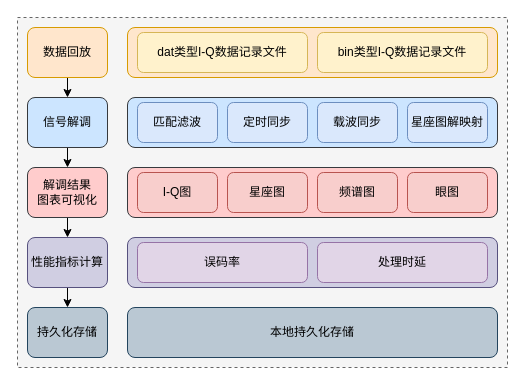
Before: img/未命名绘图.drawio in Thesis7/satellite-burst-signal-demodulation-system-lab, a draw.io diagram. Source tidied: cells renumbered, new cells numbered last; positions are measured from the earlier drawing's top-left corner, leaving out a move shared by most shapes. Both pictures are drawn from the tidied source at 100%, with x=0, y=0 at pixel (17, 17).
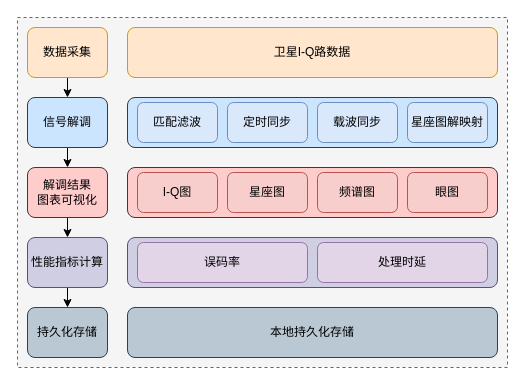
The same page after the edit.

Commit message:
更新未命名绘图.drawio

Diff of the diagram source:
```diff
@@
-    <mxCell id="6" style="rounded=1;whiteSpace=wrap;html=1;fillColor=#ffe6cc;strokeColor=#d79b00;" parent="1" vertex="1">
+    <mxCell id="6" value="卫星I-Q路数据" style="rounded=1;whiteSpace=wrap;html=1;fillColor=#ffe6cc;strokeColor=#d79b00;" parent="1" vertex="1">
       <mxGeometry x="110" y="10" width="370" height="50" as="geometry" />
     </mxCell>
@@
-    <mxCell id="11" value="dat类型I-Q数据记录文件" style="rounded=1;whiteSpace=wrap;html=1;fillColor=#fff2cc;strokeColor=#d6b656;" parent="1" vertex="1">
-      <mxGeometry x="120" y="15" width="170" height="40" as="geometry" />
-    </mxCell>
@@
-    <mxCell id="23" value="数据回放" style="rounded=1;whiteSpace=wrap;html=1;fillColor=#ffe6cc;strokeColor=#d79b00;" parent="1" vertex="1">
+    <mxCell id="23" value="数据采集" style="rounded=1;whiteSpace=wrap;html=1;fillColor=#ffe6cc;strokeColor=#d79b00;" parent="1" vertex="1">
       <mxGeometry x="10" y="10" width="80" height="50" as="geometry" />
     </mxCell>
-    <mxCell id="24" value="bin类型I-Q数据记录文件" style="rounded=1;whiteSpace=wrap;html=1;fillColor=#fff2cc;strokeColor=#d6b656;" parent="1" vertex="1">
-      <mxGeometry x="300" y="15" width="170" height="40" as="geometry" />
-    </mxCell>
```
